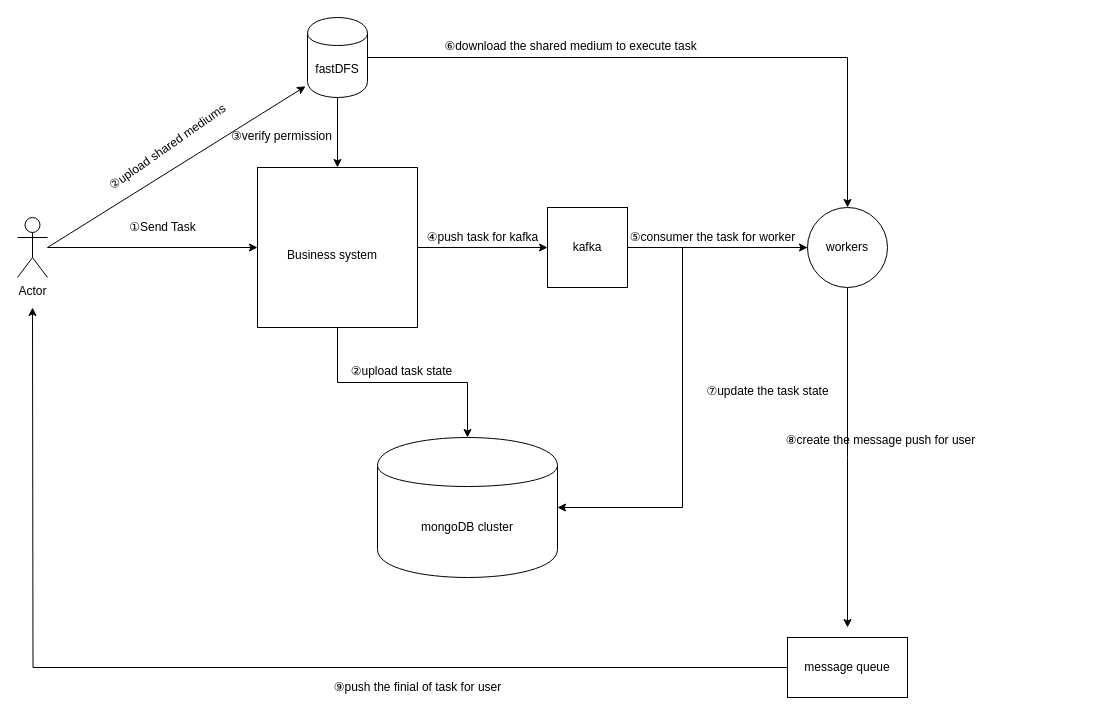
Earlier version of the draw.io diagram design/core design.drawio (JBossBC/SlowWalker). Source tidied: cells renumbered, new cells numbered last; positions are measured from the earlier drawing's top-left corner, leaving out a move shared by most shapes. Both pictures are drawn from the tidied source at 100%, with x=0, y=0 at pixel (17, 17).
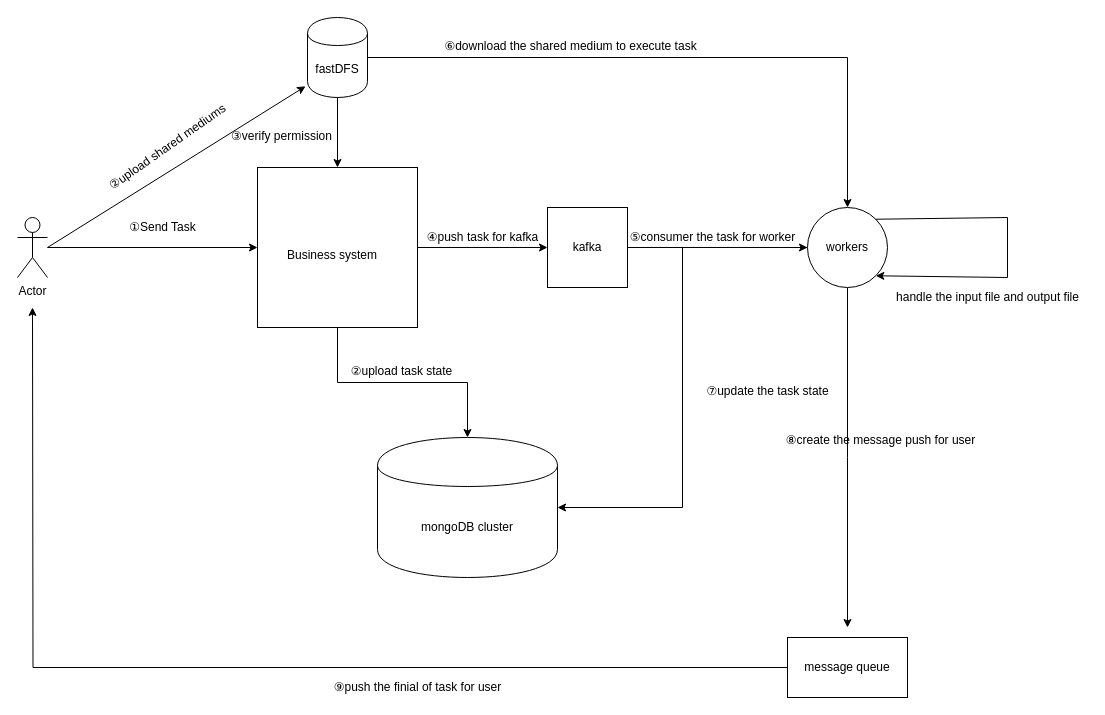
The same diagram, later.

The change refers to these unchanged cells:
```xml
<mxCell id="16" value="workers" style="ellipse;whiteSpace=wrap;html=1;" parent="1" vertex="1">
  <mxGeometry x="790" y="190" width="80" height="80" as="geometry" />
</mxCell>
```

Diff of the diagram source:
```diff
@@
+    <mxCell id="29" style="endArrow=none;html=1;exitX=1;exitY=0;exitDx=0;exitDy=0;" parent="1" edge="1" source="16">
+      <mxGeometry relative="1" as="geometry">
+        <mxPoint x="990" y="200" as="targetPoint" />
+      </mxGeometry>
+    </mxCell>
+    <mxCell id="30" style="endArrow=none;html=1;" parent="1" edge="1">
+      <mxGeometry relative="1" as="geometry">
+        <mxPoint x="990" y="200" as="sourcePoint" />
+        <mxPoint x="990" y="260" as="targetPoint" />
+      </mxGeometry>
+    </mxCell>
+    <mxCell id="31" style="endArrow=classic;html=1;entryX=1;entryY=1;entryDx=0;entryDy=0;" parent="1" edge="1" target="16">
+      <mxGeometry relative="1" as="geometry">
+        <mxPoint x="990" y="260" as="sourcePoint" />
+      </mxGeometry>
+    </mxCell>
+    <mxCell id="32" value="handle the input file and output file" style="text;html=1;align=center;verticalAlign=middle;" parent="1" vertex="1">
+      <mxGeometry x="870" y="270" width="200" height="20" as="geometry" />
+    </mxCell>
```
